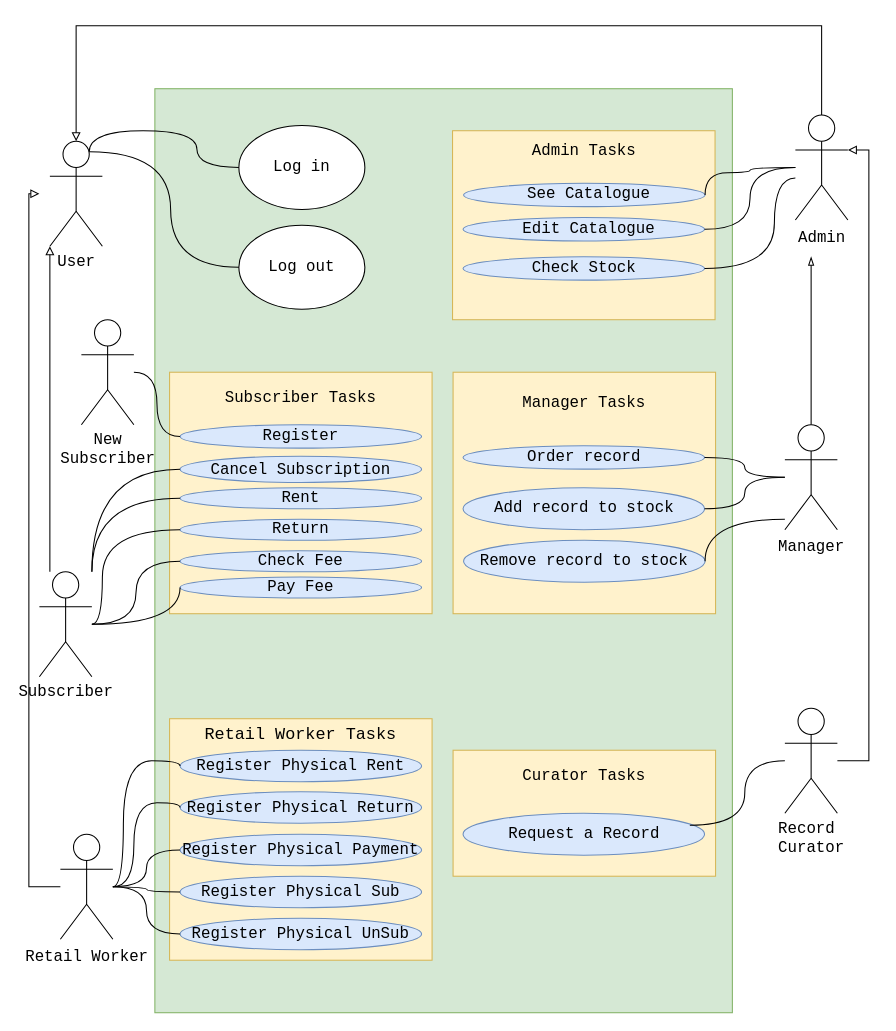
Above: Software-Requirement-and-Design/slides/Untitled Diagram.drawio in CoffeeCat1920/Semester-3 (draw.io), before the change. Source tidied: cells renumbered, new cells numbered last; positions are measured from the earlier drawing's top-left corner, leaving out a move shared by most shapes. Both pictures are drawn from the tidied source at 105%, with x=0, y=0 at pixel (28, 25).
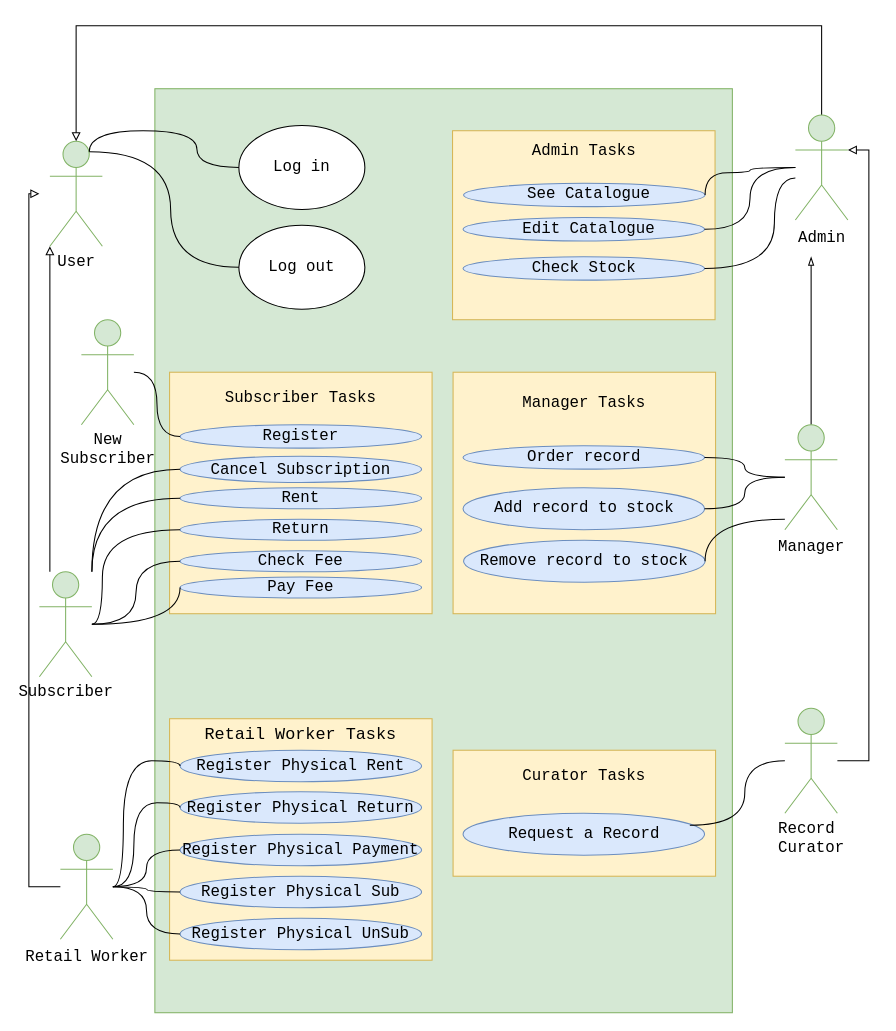
Above is the later version.

Diff of the diagram source:
```diff
@@
-    <mxCell id="2" value="&lt;div&gt;&lt;font style=&quot;font-size: 15px;&quot; face=&quot;Courier New&quot;&gt;Subscriber&lt;/font&gt;&lt;/div&gt;" style="shape=umlActor;verticalLabelPosition=bottom;verticalAlign=top;html=1;outlineConnect=0;" parent="1" vertex="1">
+    <mxCell id="2" value="&lt;div&gt;&lt;font style=&quot;font-size: 15px;&quot; face=&quot;Courier New&quot;&gt;Subscriber&lt;/font&gt;&lt;/div&gt;" style="shape=umlActor;verticalLabelPosition=bottom;verticalAlign=top;html=1;outlineConnect=0;fillColor=#d5e8d4;strokeColor=#82b366;" parent="1" vertex="1">
       <mxGeometry x="10" y="520" width="50" height="100" as="geometry" />
     </mxCell>
-    <mxCell id="3" value="&lt;font style=&quot;font-size: 15px;&quot; face=&quot;Courier New&quot;&gt;Retail Worker&lt;/font&gt;&lt;font style=&quot;font-size: 15px;&quot;&gt;&lt;br&gt;&lt;/font&gt;" style="shape=umlActor;verticalLabelPosition=bottom;verticalAlign=top;html=1;outlineConnect=0;" parent="1" vertex="1">
+    <mxCell id="3" value="&lt;font style=&quot;font-size: 15px;&quot; face=&quot;Courier New&quot;&gt;Retail Worker&lt;/font&gt;&lt;font style=&quot;font-size: 15px;&quot;&gt;&lt;br&gt;&lt;/font&gt;" style="shape=umlActor;verticalLabelPosition=bottom;verticalAlign=top;html=1;outlineConnect=0;fillColor=#d5e8d4;strokeColor=#82b366;" parent="1" vertex="1">
       <mxGeometry x="30" y="770" width="50" height="100" as="geometry" />
     </mxCell>
@@
-    <mxCell id="5" value="&lt;div style=&quot;font-size: 15px;&quot;&gt;&lt;font style=&quot;font-size: 15px;&quot; face=&quot;Courier New&quot;&gt;Manager&lt;/font&gt;&lt;/div&gt;" style="shape=umlActor;verticalLabelPosition=bottom;verticalAlign=top;html=1;outlineConnect=0;" parent="1" vertex="1">
+    <mxCell id="5" value="&lt;div style=&quot;font-size: 15px;&quot;&gt;&lt;font style=&quot;font-size: 15px;&quot; face=&quot;Courier New&quot;&gt;Manager&lt;/font&gt;&lt;/div&gt;" style="shape=umlActor;verticalLabelPosition=bottom;verticalAlign=top;html=1;outlineConnect=0;fillColor=#d5e8d4;strokeColor=#82b366;" parent="1" vertex="1">
       <mxGeometry x="720" y="380" width="50" height="100" as="geometry" />
     </mxCell>
-    <mxCell id="6" value="&lt;div&gt;&lt;font style=&quot;font-size: 15px;&quot; face=&quot;Courier New&quot;&gt;Record&amp;nbsp;&lt;/font&gt;&lt;/div&gt;&lt;div&gt;&lt;font style=&quot;font-size: 15px;&quot; face=&quot;Courier New&quot;&gt;Curator&lt;/font&gt;&lt;/div&gt;" style="shape=umlActor;verticalLabelPosition=bottom;verticalAlign=top;html=1;outlineConnect=0;" parent="1" vertex="1">
+    <mxCell id="6" value="&lt;div&gt;&lt;font style=&quot;font-size: 15px;&quot; face=&quot;Courier New&quot;&gt;Record&amp;nbsp;&lt;/font&gt;&lt;/div&gt;&lt;div&gt;&lt;font style=&quot;font-size: 15px;&quot; face=&quot;Courier New&quot;&gt;Curator&lt;/font&gt;&lt;/div&gt;" style="shape=umlActor;verticalLabelPosition=bottom;verticalAlign=top;html=1;outlineConnect=0;fillColor=#d5e8d4;strokeColor=#82b366;" parent="1" vertex="1">
       <mxGeometry x="720" y="650" width="50" height="100" as="geometry" />
     </mxCell>
@@
-    <mxCell id="18" value="&lt;div&gt;&lt;font style=&quot;font-size: 15px;&quot; face=&quot;Courier New&quot;&gt;New&lt;/font&gt;&lt;/div&gt;&lt;div&gt;&lt;font style=&quot;font-size: 15px;&quot; face=&quot;Courier New&quot;&gt;Subscriber&lt;/font&gt;&lt;/div&gt;" style="shape=umlActor;verticalLabelPosition=bottom;verticalAlign=top;html=1;outlineConnect=0;" parent="1" vertex="1">
+    <mxCell id="18" value="&lt;div&gt;&lt;font style=&quot;font-size: 15px;&quot; face=&quot;Courier New&quot;&gt;New&lt;/font&gt;&lt;/div&gt;&lt;div&gt;&lt;font style=&quot;font-size: 15px;&quot; face=&quot;Courier New&quot;&gt;Subscriber&lt;/font&gt;&lt;/div&gt;" style="shape=umlActor;verticalLabelPosition=bottom;verticalAlign=top;html=1;outlineConnect=0;fillColor=#d5e8d4;strokeColor=#82b366;" parent="1" vertex="1">
       <mxGeometry x="50" y="280" width="50" height="100" as="geometry" />
     </mxCell>
@@
-    <mxCell id="31" value="&lt;div&gt;&lt;font style=&quot;font-size: 15px;&quot; face=&quot;Courier New&quot;&gt;User&lt;/font&gt;&lt;/div&gt;" style="shape=umlActor;verticalLabelPosition=bottom;verticalAlign=top;html=1;outlineConnect=0;" parent="1" vertex="1">
+    <mxCell id="31" value="&lt;div&gt;&lt;font style=&quot;font-size: 15px;&quot; face=&quot;Courier New&quot;&gt;User&lt;/font&gt;&lt;/div&gt;" style="shape=umlActor;verticalLabelPosition=bottom;verticalAlign=top;html=1;outlineConnect=0;fillColor=#d5e8d4;strokeColor=#82b366;" parent="1" vertex="1">
       <mxGeometry x="20" y="110" width="50" height="100" as="geometry" />
     </mxCell>
@@
-    <mxCell id="46" value="&lt;div style=&quot;font-size: 15px;&quot;&gt;&lt;font style=&quot;font-size: 15px;&quot; face=&quot;Courier New&quot;&gt;Admin&lt;/font&gt;&lt;/div&gt;" style="shape=umlActor;verticalLabelPosition=bottom;verticalAlign=top;html=1;outlineConnect=0;" parent="1" vertex="1">
+    <mxCell id="46" value="&lt;div style=&quot;font-size: 15px;&quot;&gt;&lt;font style=&quot;font-size: 15px;&quot; face=&quot;Courier New&quot;&gt;Admin&lt;/font&gt;&lt;/div&gt;" style="shape=umlActor;verticalLabelPosition=bottom;verticalAlign=top;html=1;outlineConnect=0;fillColor=#d5e8d4;strokeColor=#82b366;" parent="1" vertex="1">
       <mxGeometry x="730" y="85" width="50" height="100" as="geometry" />
     </mxCell>
```
